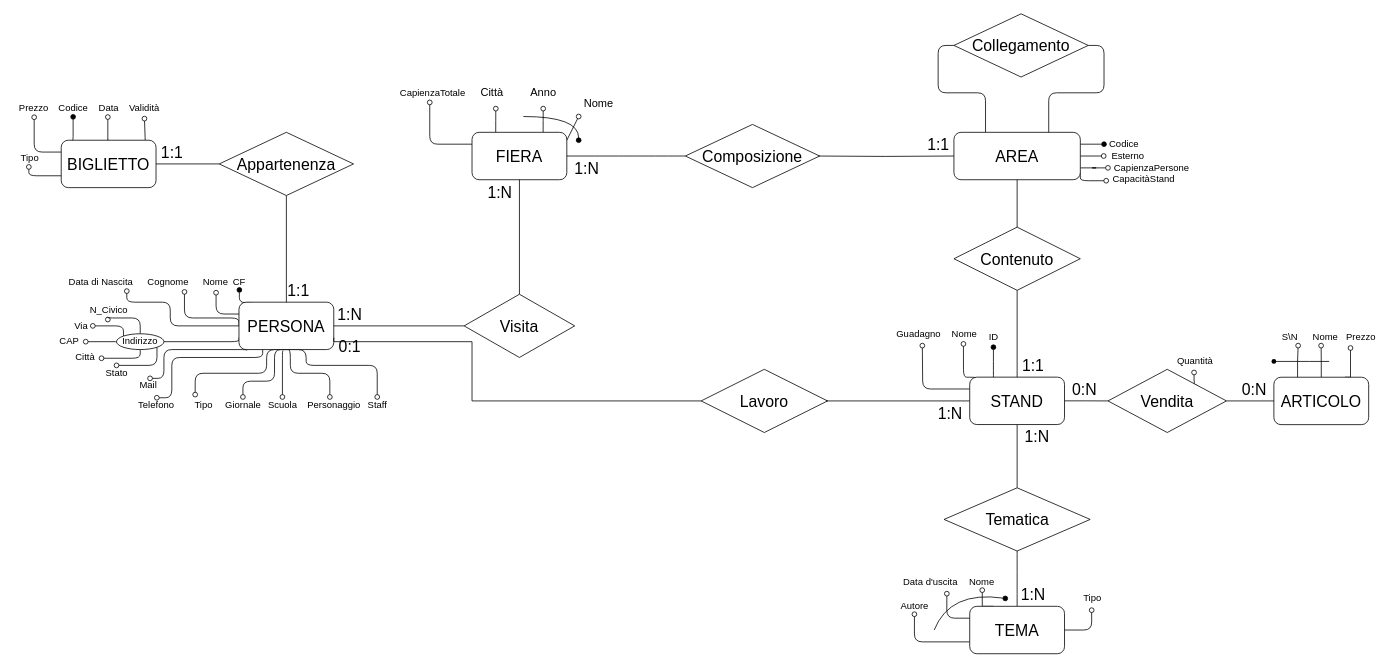
Before: Modello E-R Ristrutturato.drawio in Hisukurifu24/ProgettoBasi, a draw.io diagram. Source tidied: cells renumbered, new cells numbered last; positions are measured from the earlier drawing's top-left corner, leaving out a move shared by most shapes. Both pictures are drawn from the tidied source at 79%, with x=0, y=0 at pixel (13, 13).
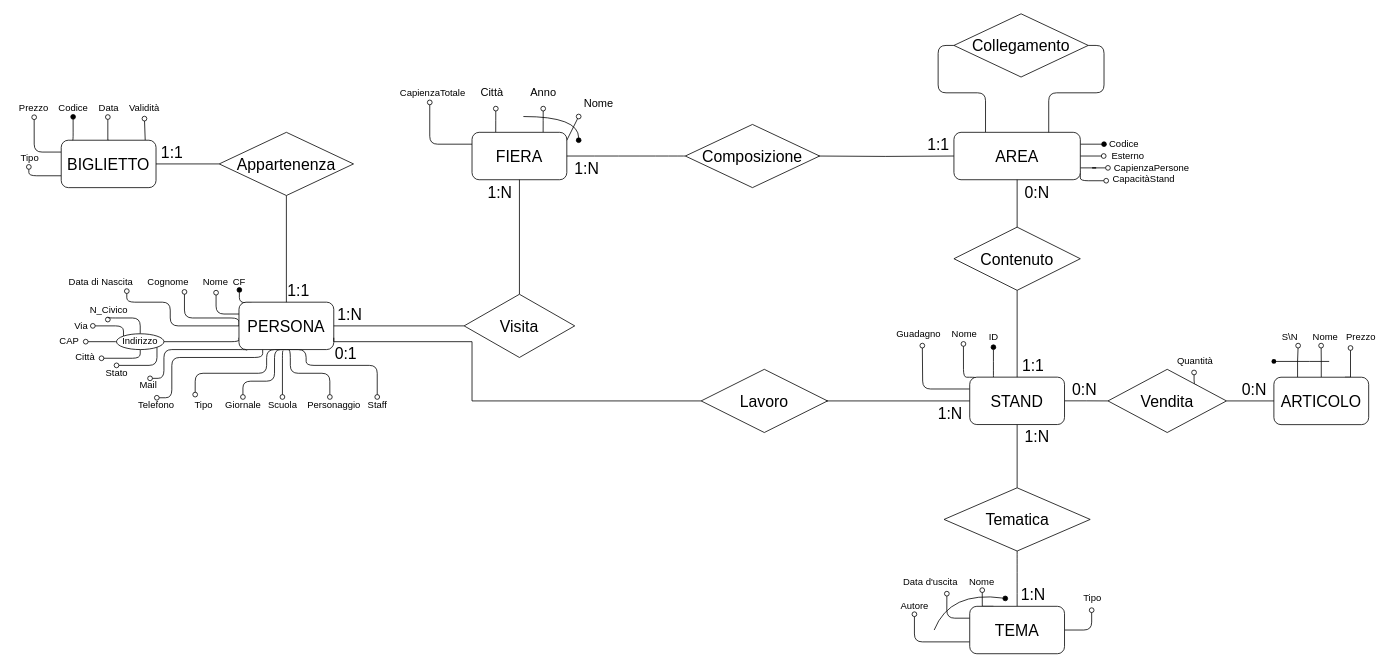
The same diagram, later.

Change to the diagram source:
```diff
@@
     <mxCell id="127" value="0:1" style="text;html=1;align=center;verticalAlign=middle;strokeColor=none;fillColor=none;fontSize=20;" parent="1" vertex="1">
-      <mxGeometry x="405" y="405" width="40" height="30" as="geometry" />
+      <mxGeometry x="400" y="415" width="40" height="30" as="geometry" />
     </mxCell>
@@
+    <mxCell id="132" value="0:N" style="text;html=1;align=center;verticalAlign=middle;strokeColor=none;fillColor=none;fontSize=20;" parent="1" vertex="1">
+      <mxGeometry x="1270" y="210" width="50" height="30" as="geometry" />
+    </mxCell>
```
